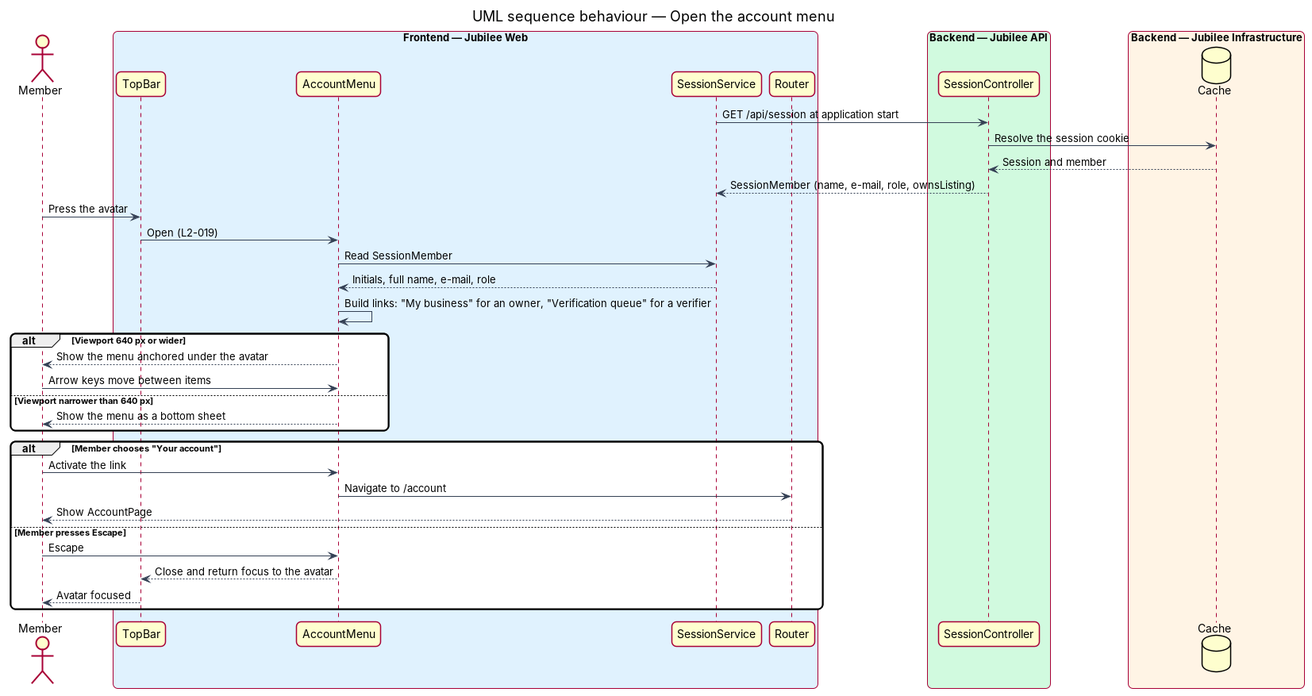
Above: docs/detailed-designs/accounts/edit-profile/diagrams/sequence-open-account-menu.png in QuinntyneBrown/jubilee (PlantUML), before the change. Its source is kept beside it as docs/detailed-designs/accounts/edit-profile/diagrams/sequence-open-account-menu.puml. Its diagram source:
```plantuml
@startuml
title UML sequence behaviour — Open the account menu
skinparam backgroundColor #FFFFFF
skinparam shadowing false
skinparam roundcorner 12
skinparam defaultFontName Arial
skinparam ArrowColor #344054
skinparam rectangle {
  BorderColor #344054
  FontColor #101828
}
skinparam package {
  BorderColor #667085
  FontColor #101828
  BackgroundColor #F9FAFB
}


actor "Member" as actor
box "Frontend — Jubilee Web" #E0F2FE
  participant "TopBar" as bar
  participant "AccountMenu" as menu
  participant "SessionService" as session
  participant "Router" as router
end box
box "Backend — Jubilee API" #D1FADF
  participant "SessionController" as controller
end box
box "Backend — Jubilee Infrastructure" #FFF4E5
  database "Cache" as cache
end box
session -> controller : GET /api/session at application start
controller -> cache : Resolve the session cookie
cache --> controller : Session and member
controller --> session : SessionMember (name, e-mail, role, ownsListing)
actor -> bar : Press the avatar
bar -> menu : Open (L2-019)
menu -> session : Read SessionMember
session --> menu : Initials, full name, e-mail, role
menu -> menu : Build links: "My business" for an owner, no admin link for anyone (L2-194)
alt Viewport 640 px or wider
  menu --> actor : Show the menu anchored under the avatar
  actor -> menu : Arrow keys move between items
else Viewport narrower than 640 px
  menu --> actor : Show the menu as a bottom sheet
end
alt Member chooses "Your account"
  actor -> menu : Activate the link
  menu -> router : Navigate to /account
  router --> actor : Show AccountPage
else Member presses Escape
  actor -> menu : Escape
  menu --> bar : Close and return focus to the avatar
  bar --> actor : Avatar focused
end
@enduml
```
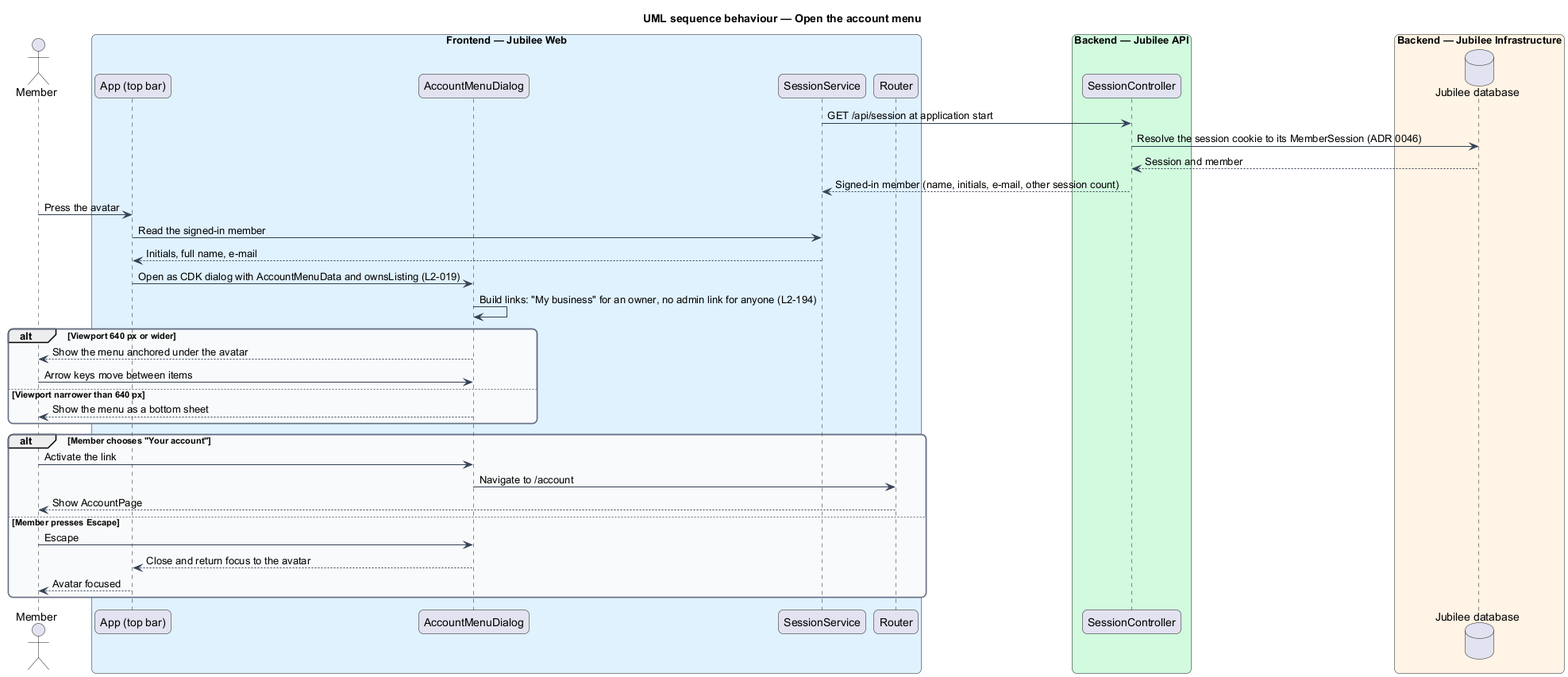
After the change.

What changed in the source:
```diff
@@ -18,8 +18,8 @@
 
 actor "Member" as actor
 box "Frontend — Jubilee Web" #E0F2FE
-  participant "TopBar" as bar
-  participant "AccountMenu" as menu
+  participant "App (top bar)" as bar
+  participant "AccountMenuDialog" as menu
   participant "SessionService" as session
   participant "Router" as router
 end box
@@ -27,16 +27,16 @@
   participant "SessionController" as controller
 end box
 box "Backend — Jubilee Infrastructure" #FFF4E5
-  database "Cache" as cache
+  database "Jubilee database" as db
 end box
 session -> controller : GET /api/session at application start
-controller -> cache : Resolve the session cookie
-cache --> controller : Session and member
-controller --> session : SessionMember (name, e-mail, role, ownsListing)
+controller -> db : Resolve the session cookie to its MemberSession (ADR 0046)
+db --> controller : Session and member
+controller --> session : Signed-in member (name, initials, e-mail, other session count)
 actor -> bar : Press the avatar
-bar -> menu : Open (L2-019)
-menu -> session : Read SessionMember
-session --> menu : Initials, full name, e-mail, role
+bar -> session : Read the signed-in member
+session --> bar : Initials, full name, e-mail
+bar -> menu : Open as CDK dialog with AccountMenuData and ownsListing (L2-019)
 menu -> menu : Build links: "My business" for an owner, no admin link for anyone (L2-194)
 alt Viewport 640 px or wider
   menu --> actor : Show the menu anchored under the avatar
```
